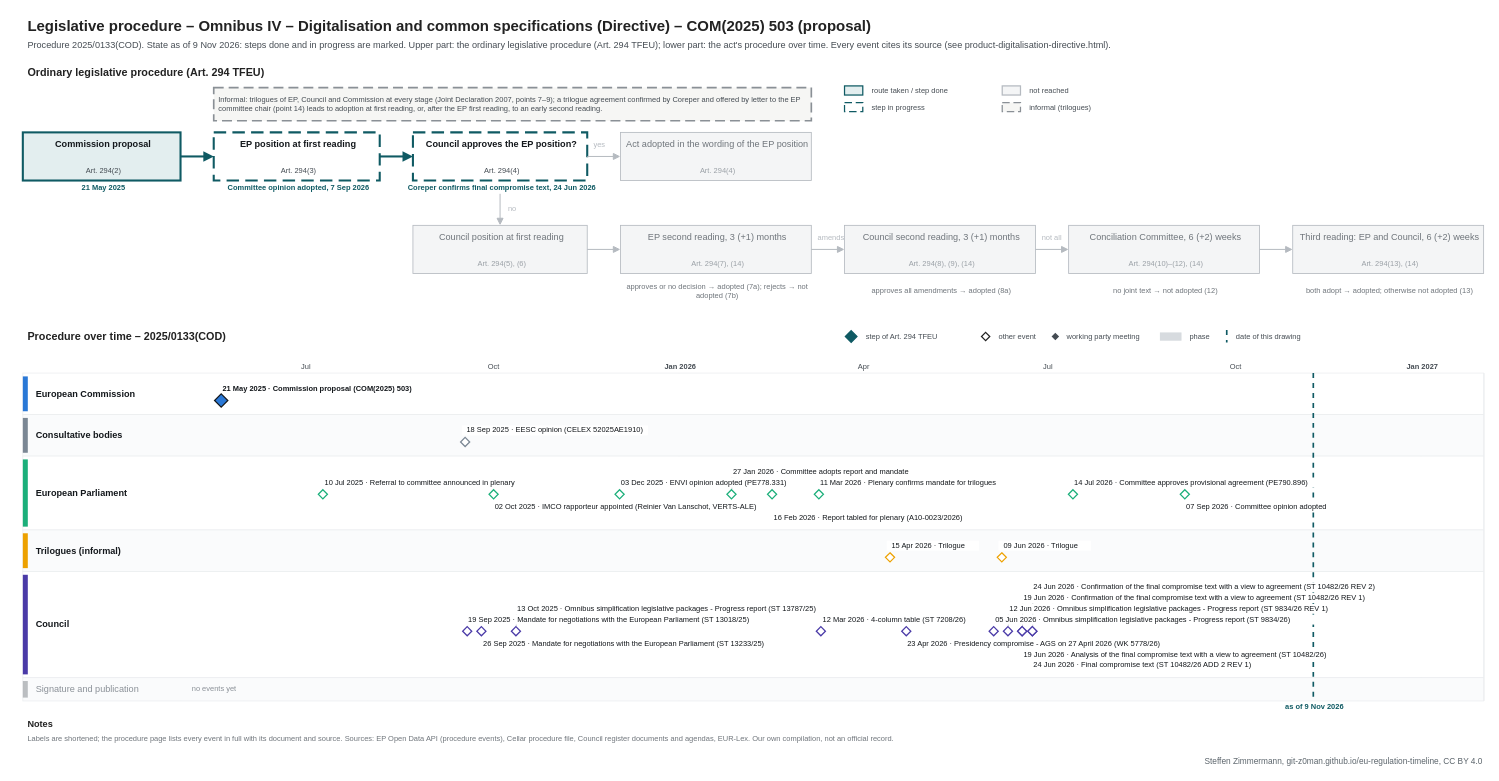
Above: procedures/product-digitalisation-directive.drawio in git-z0man/eu-regulation-timeline (draw.io), before the change. Source tidied: cells renumbered, new cells numbered last; positions are measured from the earlier drawing's top-left corner, leaving out a move shared by most shapes. Both pictures are drawn from the tidied source at 83%, with x=0, y=0 at pixel (14, 14).
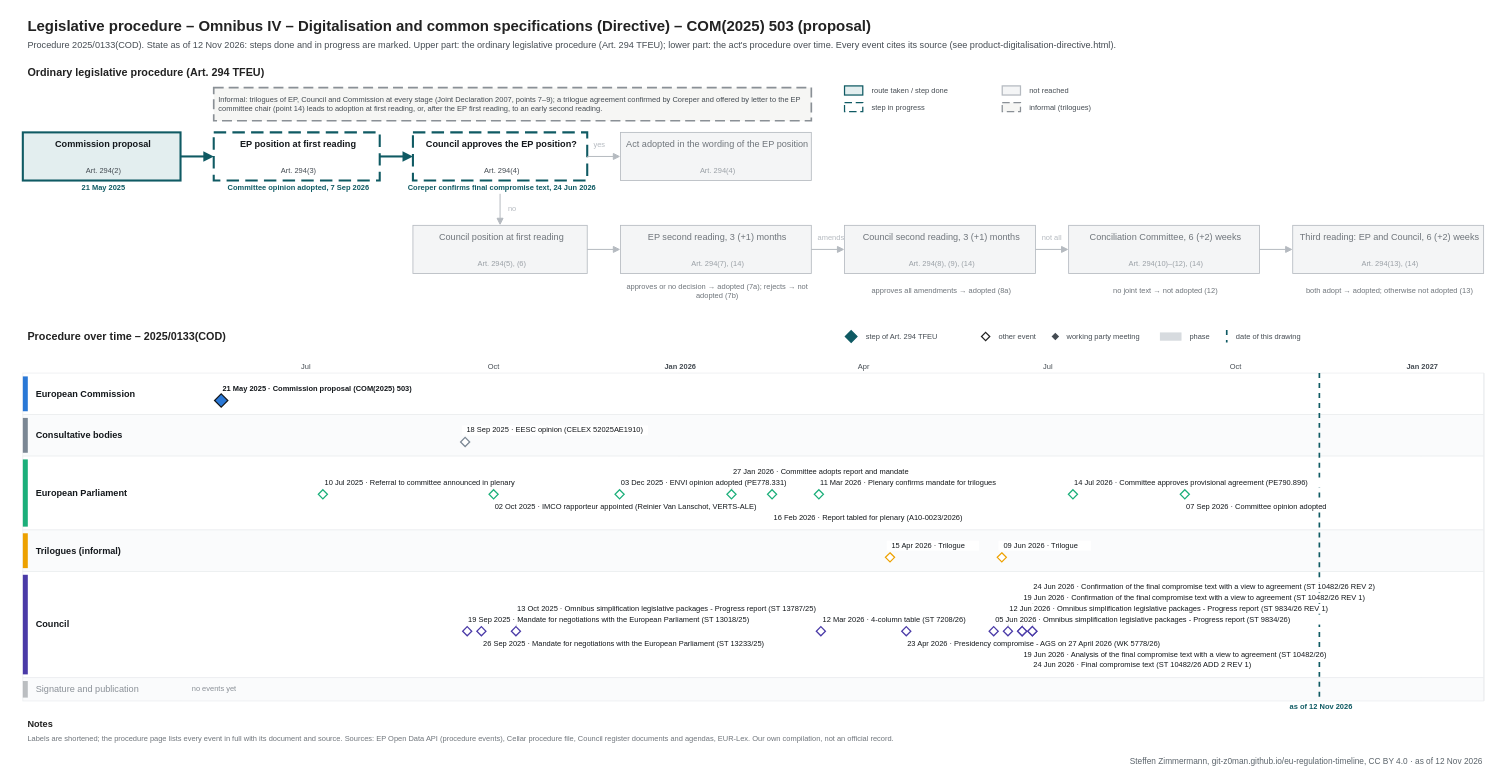
The same diagram, later.

The edit, as a diff of the source:
```diff
@@
-    <mxCell id="3" value="Procedure 2025/0133(COD). State as of 9 Nov 2026: steps done and in progress are marked. Upper part: the ordinary legislative procedure (Art. 294 TFEU); lower part: the act's procedure over time. Every event cites its source (see product-digitalisation-directive.html)." style="text;html=1;fontSize=11;fontColor=#454c53;align=left;verticalAlign=middle;spacingLeft=4;" parent="1" vertex="1">
+    <mxCell id="3" value="Procedure 2025/0133(COD). State as of 12 Nov 2026: steps done and in progress are marked. Upper part: the ordinary legislative procedure (Art. 294 TFEU); lower part: the act's procedure over time. Every event cites its source (see product-digitalisation-directive.html)." style="text;html=1;fontSize=11;fontColor=#454c53;align=left;verticalAlign=middle;spacingLeft=4;" parent="1" vertex="1">
       <mxGeometry x="10" y="28" width="1700" height="18" as="geometry" />
     </mxCell>
@@
     <mxCell id="120" style="line;html=1;strokeWidth=2;strokeColor=#0f5a63;direction=south;dashed=1;" parent="1" vertex="1">
-      <mxGeometry x="1564.3" y="432" width="1" height="395" as="geometry" />
+      <mxGeometry x="1571.6" y="432" width="1" height="395" as="geometry" />
     </mxCell>
-    <mxCell id="121" value="as of 9 Nov 2026" style="text;html=1;fontSize=9;fontColor=#0f5a63;align=center;verticalAlign=middle;spacingLeft=4;fontStyle=1;" parent="1" vertex="1">
-      <mxGeometry x="1504.3" y="828" width="120" height="12" as="geometry" />
+    <mxCell id="121" value="as of 12 Nov 2026" style="text;html=1;fontSize=9;fontColor=#0f5a63;align=center;verticalAlign=middle;spacingLeft=4;fontStyle=1;" parent="1" vertex="1">
+      <mxGeometry x="1511.6" y="828" width="120" height="12" as="geometry" />
     </mxCell>
@@
-    <mxCell id="178" value="Steffen Zimmermann, git-z0man.github.io/eu-regulation-timeline, CC BY 4.0" style="text;html=1;fontSize=10;fontColor=#5b646b;align=right;verticalAlign=middle;spacingLeft=4;" parent="1" vertex="1">
+    <mxCell id="178" value="Steffen Zimmermann, git-z0man.github.io/eu-regulation-timeline, CC BY 4.0 · as of 12 Nov 2026" style="text;html=1;fontSize=10;fontColor=#5b646b;align=right;verticalAlign=middle;spacingLeft=4;" parent="1" vertex="1">
       <mxGeometry x="10" y="891" width="1760" height="16" as="geometry" />
     </mxCell>
```
